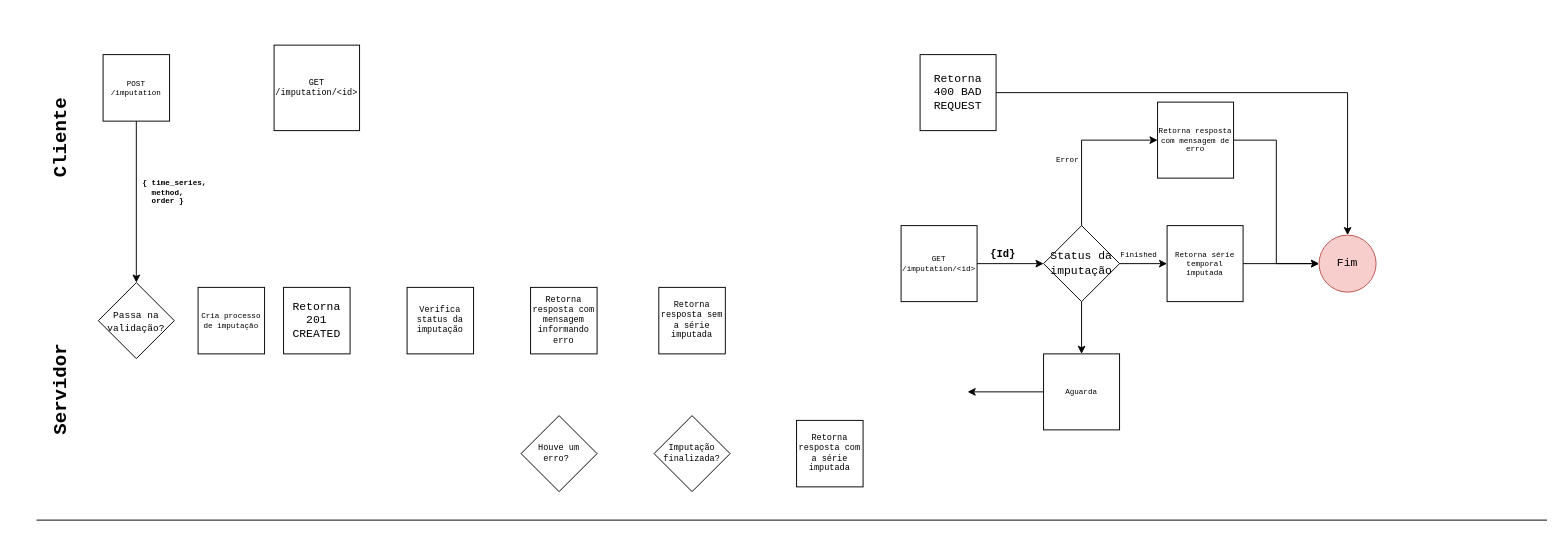
j-abreu/imputation-web-service keeps this draw.io diagram as images/Diagrama sem nome.drawio. Above is the earlier version. Source tidied: cells renumbered, new cells numbered last; positions are measured from the earlier drawing's top-left corner, leaving out a move shared by most shapes. Both pictures are drawn from the tidied source at 95%, with x=0, y=0 at pixel (-2, 45).
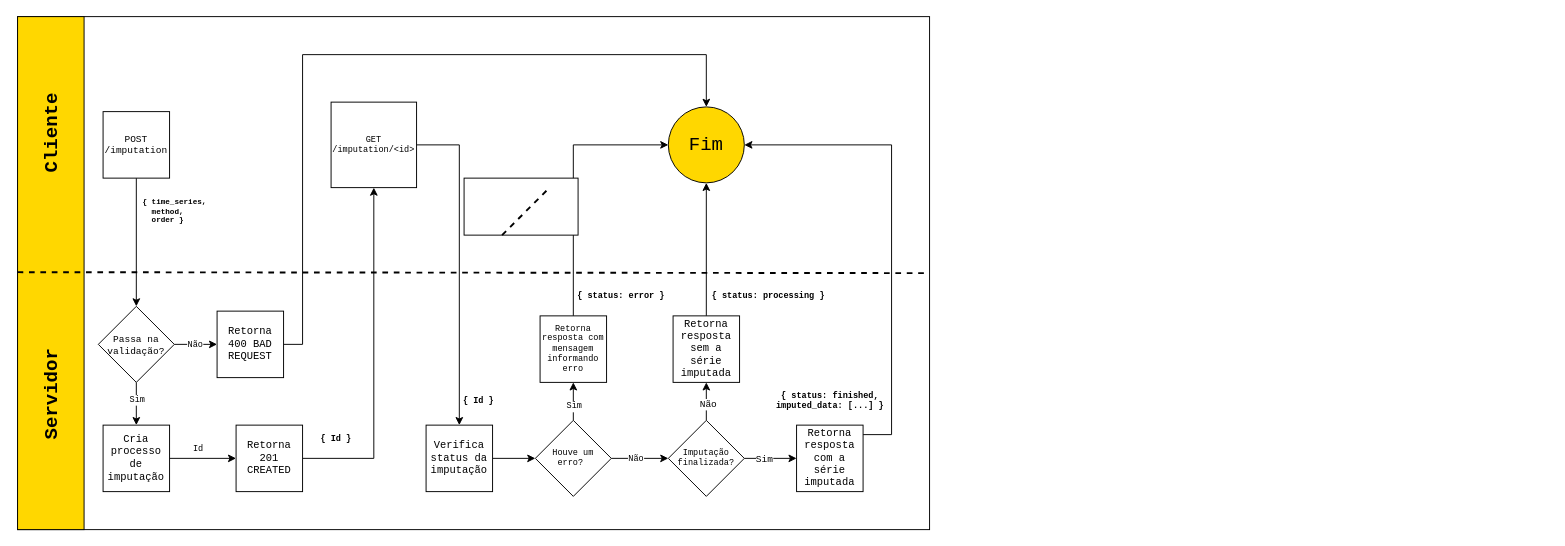
The same diagram, later.

Change to the diagram source:
```diff
@@
-    <mxCell id="2" value="Fim" style="ellipse;whiteSpace=wrap;html=1;fillColor=#f8cecc;strokeColor=#b85450;fontFamily=Courier New;" parent="1" vertex="1">
-      <mxGeometry x="1390" y="200" width="60" height="60" as="geometry" />
-    </mxCell>
+    <mxCell id="36" style="rounded=0;whiteSpace=wrap;html=1;labelBackgroundColor=none;fontFamily=Courier New;fontSize=10;fillColor=none;strokeColor=#000000;" parent="1" vertex="1">
+      <mxGeometry x="20" y="-30" width="960" height="540" as="geometry" />
+    </mxCell>
+    <mxCell id="37" style="rounded=0;whiteSpace=wrap;html=1;labelBackgroundColor=none;fontFamily=Courier New;fontSize=10;fillColor=#FFD700;strokeColor=#000000;" parent="1" vertex="1">
+      <mxGeometry x="20" y="-30" width="70" height="540" as="geometry" />
+    </mxCell>
+    <mxCell id="38" style="edgeStyle=orthogonalEdgeStyle;rounded=0;jettySize=auto;html=1;entryX=0.5;entryY=1;entryDx=0;entryDy=0;fontFamily=Courier New;fontSize=20;" parent="1" edge="1" source="5" target="28">
+      <mxGeometry relative="1" as="geometry" />
+    </mxCell>
+    <mxCell id="5" value="Retorna 201 CREATED" style="whiteSpace=wrap;html=1;labelBackgroundColor=none;fontFamily=Courier New;fontSize=11;" parent="1" vertex="1">
+      <mxGeometry x="250" y="400" width="70" height="70" as="geometry" />
+    </mxCell>
+    <mxCell id="13" style="edgeStyle=orthogonalEdgeStyle;rounded=0;jettySize=auto;html=1;fontFamily=Courier New;fontSize=8;" parent="1" edge="1" source="14" target="25">
+      <mxGeometry relative="1" as="geometry" />
+    </mxCell>
+    <mxCell id="14" value="POST /imputation" style="whiteSpace=wrap;html=1;labelBackgroundColor=none;fontFamily=Courier New;fontSize=10;" parent="1" vertex="1">
+      <mxGeometry x="110" y="70" width="70" height="70" as="geometry" />
+    </mxCell>
+    <mxCell id="23" value="Cliente" style="text;html=1;strokeColor=none;fillColor=none;align=center;verticalAlign=middle;whiteSpace=wrap;rounded=0;labelBackgroundColor=none;fontFamily=Courier New;fontSize=20;rotation=-90;fontStyle=1;" parent="1" vertex="1">
+      <mxGeometry x="-10" y="60" width="130" height="65" as="geometry" />
+    </mxCell>
+    <mxCell id="24" value="Servidor" style="text;html=1;strokeColor=none;fillColor=none;align=center;verticalAlign=middle;whiteSpace=wrap;rounded=0;labelBackgroundColor=none;fontFamily=Courier New;fontSize=20;rotation=-90;fontStyle=1;" parent="1" vertex="1">
+      <mxGeometry x="-10" y="335" width="130" height="65" as="geometry" />
+    </mxCell>
+    <mxCell id="39" style="edgeStyle=orthogonalEdgeStyle;rounded=0;jettySize=auto;html=1;entryX=0;entryY=0.5;entryDx=0;entryDy=0;fontFamily=Courier New;fontSize=9;" parent="1" edge="1" source="25" target="4">
+      <mxGeometry relative="1" as="geometry" />
+    </mxCell>
+    <mxCell id="40" value="Não" style="edgeLabel;html=1;align=center;verticalAlign=middle;fontSize=9;fontFamily=Courier New;" parent="39" vertex="1">
+      <mxGeometry x="-0.08" relative="1" as="geometry" />
+    </mxCell>
+    <mxCell id="41" style="edgeStyle=orthogonalEdgeStyle;rounded=0;jettySize=auto;html=1;entryX=0.5;entryY=0;entryDx=0;entryDy=0;fontFamily=Courier New;fontSize=9;" parent="1" edge="1" source="25" target="27">
+      <mxGeometry relative="1" as="geometry" />
+    </mxCell>
+    <mxCell id="42" value="Sim" style="edgeLabel;html=1;align=center;verticalAlign=middle;fontSize=9;fontFamily=Courier New;" parent="41" vertex="1">
+      <mxGeometry x="-0.22" relative="1" as="geometry" />
+    </mxCell>
+    <mxCell id="25" value="&lt;p style=&quot;line-height: 50%;&quot;&gt;&lt;font size=&quot;1&quot;&gt;Passa na validação?&lt;/font&gt;&lt;/p&gt;" style="rhombus;whiteSpace=wrap;html=1;labelBackgroundColor=none;fontFamily=Courier New;fontSize=20;fillColor=default;verticalAlign=middle;labelPosition=center;verticalLabelPosition=middle;align=center;spacing=0;" parent="1" vertex="1">
+      <mxGeometry x="105" y="275" width="80" height="80" as="geometry" />
+    </mxCell>
+    <mxCell id="26" value="{ time_series,&lt;br&gt;&amp;nbsp; method,&lt;br&gt;&amp;nbsp; order&amp;nbsp;&lt;span style=&quot;background-color: initial;&quot;&gt;}&lt;/span&gt;" style="text;html=1;strokeColor=none;fillColor=none;align=left;verticalAlign=middle;whiteSpace=wrap;rounded=0;labelBackgroundColor=none;fontFamily=Courier New;fontSize=8;fontStyle=1;" parent="1" vertex="1">
+      <mxGeometry x="150" y="160" width="90" height="30" as="geometry" />
+    </mxCell>
+    <mxCell id="43" style="edgeStyle=orthogonalEdgeStyle;rounded=0;jettySize=auto;html=1;entryX=0;entryY=0.5;entryDx=0;entryDy=0;fontFamily=Courier New;fontSize=9;" parent="1" edge="1" source="27" target="5">
+      <mxGeometry relative="1" as="geometry" />
+    </mxCell>
+    <mxCell id="44" value="Id" style="edgeLabel;html=1;align=center;verticalAlign=middle;fontSize=9;fontFamily=Courier New;" parent="43" vertex="1">
+      <mxGeometry x="-0.16" relative="1" as="geometry">
+        <mxPoint y="-10" as="offset" />
+      </mxGeometry>
+    </mxCell>
+    <mxCell id="27" value="&lt;font style=&quot;font-size: 11px;&quot;&gt;Cria processo de imputação&lt;/font&gt;" style="whiteSpace=wrap;html=1;labelBackgroundColor=none;fontFamily=Courier New;fontSize=11;fillColor=default;" parent="1" vertex="1">
+      <mxGeometry x="110" y="400" width="70" height="70" as="geometry" />
+    </mxCell>
+    <mxCell id="45" style="edgeStyle=orthogonalEdgeStyle;rounded=0;jettySize=auto;html=1;entryX=0.5;entryY=0;entryDx=0;entryDy=0;fontFamily=Courier New;fontSize=9;" parent="1" edge="1" source="28" target="29">
+      <mxGeometry relative="1" as="geometry" />
+    </mxCell>
+    <mxCell id="28" value="&lt;font style=&quot;font-size: 9px;&quot;&gt;GET /imputation/&amp;lt;id&amp;gt;&lt;/font&gt;" style="whiteSpace=wrap;html=1;labelBackgroundColor=none;fontFamily=Courier New;fontSize=8;fillColor=default;" parent="1" vertex="1">
+      <mxGeometry x="350" y="60" width="90" height="90" as="geometry" />
+    </mxCell>
+    <mxCell id="46" style="edgeStyle=orthogonalEdgeStyle;rounded=0;jettySize=auto;html=1;fontFamily=Courier New;fontSize=9;" parent="1" edge="1" source="29" target="31">
+      <mxGeometry relative="1" as="geometry" />
+    </mxCell>
+    <mxCell id="29" value="&lt;font style=&quot;font-size: 11px;&quot;&gt;Verifica status da imputação&lt;/font&gt;" style="whiteSpace=wrap;html=1;labelBackgroundColor=none;fontFamily=Courier New;fontSize=11;fillColor=default;" parent="1" vertex="1">
+      <mxGeometry x="450" y="400" width="70" height="70" as="geometry" />
+    </mxCell>
+    <mxCell id="30" style="endArrow=none;html=1;rounded=0;fontFamily=Courier New;fontSize=8;dashed=1;strokeWidth=2;" parent="1" edge="1">
+      <mxGeometry relative="1" as="geometry">
+        <mxPoint x="20" y="239" as="sourcePoint" />
+        <mxPoint x="980" y="240" as="targetPoint" />
+      </mxGeometry>
+    </mxCell>
+    <mxCell id="47" style="edgeStyle=orthogonalEdgeStyle;rounded=0;jettySize=auto;html=1;entryX=0.5;entryY=1;entryDx=0;entryDy=0;fontFamily=Courier New;fontSize=9;" parent="1" edge="1" source="31" target="33">
+      <mxGeometry relative="1" as="geometry" />
+    </mxCell>
+    <mxCell id="48" value="Sim" style="edgeLabel;html=1;align=center;verticalAlign=middle;fontSize=9;fontFamily=Courier New;" parent="47" vertex="1">
+      <mxGeometry x="-0.24" relative="1" as="geometry" />
+    </mxCell>
+    <mxCell id="49" style="edgeStyle=orthogonalEdgeStyle;rounded=0;jettySize=auto;html=1;exitX=1;exitY=0.5;exitDx=0;exitDy=0;fontFamily=Courier New;fontSize=9;" parent="1" edge="1" source="31" target="32">
+      <mxGeometry relative="1" as="geometry" />
+    </mxCell>
+    <mxCell id="50" value="Não" style="edgeLabel;html=1;align=center;verticalAlign=middle;fontSize=9;fontFamily=Courier New;" parent="49" vertex="1">
+      <mxGeometry x="-0.27" relative="1" as="geometry">
+        <mxPoint x="3" as="offset" />
+      </mxGeometry>
+    </mxCell>
+    <mxCell id="31" value="Houve um erro?&amp;nbsp;" style="rhombus;whiteSpace=wrap;html=1;labelBackgroundColor=none;fontFamily=Courier New;fontSize=9;fillColor=default;" parent="1" vertex="1">
+      <mxGeometry x="565" y="395" width="80" height="80" as="geometry" />
+    </mxCell>
+    <mxCell id="51" style="edgeStyle=orthogonalEdgeStyle;rounded=0;jettySize=auto;html=1;entryX=0.5;entryY=1;entryDx=0;entryDy=0;fontFamily=Courier New;fontSize=9;" parent="1" edge="1" source="32" target="34">
+      <mxGeometry relative="1" as="geometry" />
+    </mxCell>
+    <mxCell id="52" value="Não" style="edgeLabel;html=1;align=center;verticalAlign=middle;fontSize=10;fontFamily=Courier New;" parent="51" vertex="1">
+      <mxGeometry x="-0.12" y="-1" relative="1" as="geometry" />
+    </mxCell>
+    <mxCell id="53" style="edgeStyle=orthogonalEdgeStyle;rounded=0;jettySize=auto;html=1;entryX=0;entryY=0.5;entryDx=0;entryDy=0;fontFamily=Courier New;fontSize=9;" parent="1" edge="1" source="32" target="35">
+      <mxGeometry relative="1" as="geometry" />
+    </mxCell>
+    <mxCell id="54" value="Sim" style="edgeLabel;html=1;align=center;verticalAlign=middle;fontSize=10;fontFamily=Courier New;" parent="53" vertex="1">
+      <mxGeometry x="-0.29" relative="1" as="geometry" />
+    </mxCell>
+    <mxCell id="32" value="Imputação finalizada?" style="rhombus;whiteSpace=wrap;html=1;labelBackgroundColor=none;fontFamily=Courier New;fontSize=9;fillColor=default;" parent="1" vertex="1">
+      <mxGeometry x="705" y="395" width="80" height="80" as="geometry" />
+    </mxCell>
+    <mxCell id="55" style="edgeStyle=orthogonalEdgeStyle;rounded=0;jettySize=auto;html=1;entryX=0;entryY=0.5;entryDx=0;entryDy=0;fontFamily=Courier New;fontSize=20;exitX=0.5;exitY=0;exitDx=0;exitDy=0;" parent="1" edge="1" source="33" target="2">
+      <mxGeometry relative="1" as="geometry">
+        <Array as="points">
+          <mxPoint x="605" y="105" />
+        </Array>
+      </mxGeometry>
+    </mxCell>
+    <mxCell id="33" value="Retorna resposta com mensagem informando erro" style="whiteSpace=wrap;html=1;labelBackgroundColor=none;fontFamily=Courier New;fontSize=9;fillColor=default;" parent="1" vertex="1">
+      <mxGeometry x="570" y="285" width="70" height="70" as="geometry" />
+    </mxCell>
+    <mxCell id="56" style="edgeStyle=orthogonalEdgeStyle;rounded=0;jettySize=auto;html=1;fontFamily=Courier New;fontSize=9;entryX=0.5;entryY=1;entryDx=0;entryDy=0;" parent="1" edge="1" source="34" target="2">
+      <mxGeometry relative="1" as="geometry" />
+    </mxCell>
+    <mxCell id="34" value="Retorna resposta sem a série imputada" style="whiteSpace=wrap;html=1;labelBackgroundColor=none;fontFamily=Courier New;fontSize=11;fillColor=default;" parent="1" vertex="1">
+      <mxGeometry x="710" y="285" width="70" height="70" as="geometry" />
+    </mxCell>
+    <mxCell id="57" style="edgeStyle=orthogonalEdgeStyle;rounded=0;jettySize=auto;html=1;fontFamily=Courier New;fontSize=9;entryX=1;entryY=0.5;entryDx=0;entryDy=0;" parent="1" edge="1" source="35" target="2">
+      <mxGeometry relative="1" as="geometry">
+        <Array as="points">
+          <mxPoint x="940" y="410" />
+          <mxPoint x="940" y="105" />
+        </Array>
+      </mxGeometry>
+    </mxCell>
+    <mxCell id="35" value="Retorna resposta com a série imputada" style="whiteSpace=wrap;html=1;labelBackgroundColor=none;fontFamily=Courier New;fontSize=11;fillColor=default;" parent="1" vertex="1">
+      <mxGeometry x="840" y="400" width="70" height="70" as="geometry" />
+    </mxCell>
-    <mxCell id="3" style="edgeStyle=orthogonalEdgeStyle;rounded=0;jettySize=auto;html=1;entryX=0.5;entryY=0;entryDx=0;entryDy=0;fontFamily=Courier New;" parent="1" edge="1" source="4" target="2">
-      <mxGeometry relative="1" as="geometry" />
+    <mxCell id="3" style="edgeStyle=orthogonalEdgeStyle;rounded=0;jettySize=auto;html=1;fontFamily=Courier New;fontSize=20;entryX=0.5;entryY=0;entryDx=0;entryDy=0;exitX=1;exitY=0.5;exitDx=0;exitDy=0;" parent="1" edge="1" source="4" target="2">
+      <mxGeometry relative="1" as="geometry">
+        <Array as="points">
+          <mxPoint x="320" y="315" />
+          <mxPoint x="320" y="10" />
+          <mxPoint x="745" y="10" />
+        </Array>
+      </mxGeometry>
     </mxCell>
-    <mxCell id="4" value="Retorna&lt;br&gt;400 BAD REQUEST" style="whiteSpace=wrap;html=1;labelBackgroundColor=none;fontFamily=Courier New;" parent="1" vertex="1">
-      <mxGeometry x="970" y="10" width="80" height="80" as="geometry" />
+    <mxCell id="4" value="Retorna 400 BAD REQUEST" style="whiteSpace=wrap;html=1;labelBackgroundColor=none;fontFamily=Courier New;fontSize=11;" parent="1" vertex="1">
+      <mxGeometry x="230" y="280" width="70" height="70" as="geometry" />
     </mxCell>
-    <mxCell id="5" value="Retorna 201 CREATED" style="whiteSpace=wrap;html=1;labelBackgroundColor=none;fontFamily=Courier New;" parent="1" vertex="1">
-      <mxGeometry x="300" y="255" width="70" height="70" as="geometry" />
-    </mxCell>
-    <mxCell id="6" style="edgeStyle=orthogonalEdgeStyle;rounded=0;jettySize=auto;html=1;fontFamily=Courier New;entryX=0;entryY=0.5;entryDx=0;entryDy=0;" parent="1" edge="1" source="8" target="12">
-      <mxGeometry relative="1" as="geometry" />
-    </mxCell>
-    <mxCell id="7" value="{Id}" style="edgeLabel;html=1;align=center;verticalAlign=middle;fontFamily=Courier New;fontStyle=1;" parent="6" vertex="1">
-      <mxGeometry x="-0.33" relative="1" as="geometry">
-        <mxPoint x="3" y="-10" as="offset" />
-      </mxGeometry>
-    </mxCell>
-    <mxCell id="8" value="GET /imputation/&amp;lt;id&amp;gt;" style="whiteSpace=wrap;html=1;labelBackgroundColor=none;fontFamily=Courier New;fontSize=8;" parent="1" vertex="1">
-      <mxGeometry x="950" y="190" width="80" height="80" as="geometry" />
-    </mxCell>
-    <mxCell id="9" style="edgeStyle=orthogonalEdgeStyle;rounded=0;jettySize=auto;html=1;fontFamily=Courier New;entryX=0;entryY=0.5;entryDx=0;entryDy=0;" parent="1" edge="1" source="12" target="19">
-      <mxGeometry relative="1" as="geometry" />
-    </mxCell>
-    <mxCell id="10" style="edgeStyle=orthogonalEdgeStyle;rounded=0;jettySize=auto;html=1;exitX=0.5;exitY=0;exitDx=0;exitDy=0;fontFamily=Courier New;fontSize=8;entryX=0;entryY=0.5;entryDx=0;entryDy=0;" parent="1" edge="1" source="12" target="17">
-      <mxGeometry relative="1" as="geometry" />
-    </mxCell>
-    <mxCell id="11" style="edgeStyle=orthogonalEdgeStyle;rounded=0;jettySize=auto;html=1;fontFamily=Courier New;fontSize=8;entryX=0.5;entryY=0;entryDx=0;entryDy=0;" parent="1" edge="1" source="12" target="22">
-      <mxGeometry relative="1" as="geometry" />
-    </mxCell>
-    <mxCell id="12" value="Status da imputação" style="rhombus;whiteSpace=wrap;html=1;labelBackgroundColor=none;fontFamily=Courier New;" parent="1" vertex="1">
-      <mxGeometry x="1100" y="190" width="80" height="80" as="geometry" />
-    </mxCell>
-    <mxCell id="13" style="edgeStyle=orthogonalEdgeStyle;rounded=0;jettySize=auto;html=1;fontFamily=Courier New;fontSize=8;" parent="1" edge="1" source="14" target="25">
-      <mxGeometry relative="1" as="geometry" />
-    </mxCell>
-    <mxCell id="14" value="POST /imputation" style="whiteSpace=wrap;html=1;labelBackgroundColor=none;fontFamily=Courier New;fontSize=8;" parent="1" vertex="1">
-      <mxGeometry x="110" y="10" width="70" height="70" as="geometry" />
-    </mxCell>
-    <mxCell id="15" value="Error" style="text;html=1;align=center;verticalAlign=middle;strokeColor=none;fillColor=none;fontSize=8;fontFamily=Courier New;" parent="1" vertex="1">
-      <mxGeometry x="1100" y="110" width="50" height="20" as="geometry" />
-    </mxCell>
-    <mxCell id="16" style="edgeStyle=orthogonalEdgeStyle;rounded=0;jettySize=auto;html=1;entryX=0;entryY=0.5;entryDx=0;entryDy=0;fontFamily=Courier New;fontSize=8;" parent="1" edge="1" source="17" target="2">
-      <mxGeometry relative="1" as="geometry" />
-    </mxCell>
-    <mxCell id="17" value="Retorna resposta com mensagem de erro" style="whiteSpace=wrap;html=1;labelBackgroundColor=none;fontFamily=Courier New;fontSize=8;" parent="1" vertex="1">
-      <mxGeometry x="1220" y="60" width="80" height="80" as="geometry" />
-    </mxCell>
-    <mxCell id="18" style="edgeStyle=orthogonalEdgeStyle;rounded=0;jettySize=auto;html=1;fontFamily=Courier New;fontSize=8;" parent="1" edge="1" source="19" target="2">
-      <mxGeometry relative="1" as="geometry" />
-    </mxCell>
-    <mxCell id="19" value="Retorna série temporal imputada" style="whiteSpace=wrap;html=1;labelBackgroundColor=none;fontFamily=Courier New;fontSize=8;" parent="1" vertex="1">
-      <mxGeometry x="1230" y="190" width="80" height="80" as="geometry" />
-    </mxCell>
-    <mxCell id="20" value="Finished" style="text;html=1;align=center;verticalAlign=middle;strokeColor=none;fillColor=none;fontSize=8;fontFamily=Courier New;" parent="1" vertex="1">
-      <mxGeometry x="1170" y="210" width="60" height="20" as="geometry" />
-    </mxCell>
-    <mxCell id="21" style="edgeStyle=orthogonalEdgeStyle;rounded=0;jettySize=auto;html=1;fontFamily=Courier New;fontSize=8;" parent="1" edge="1" source="22">
-      <mxGeometry relative="1" as="geometry">
-        <mxPoint x="1020" y="365" as="targetPoint" />
-      </mxGeometry>
-    </mxCell>
-    <mxCell id="22" value="Aguarda" style="whiteSpace=wrap;html=1;labelBackgroundColor=none;fontFamily=Courier New;fontSize=8;" parent="1" vertex="1">
-      <mxGeometry x="1100" y="325" width="80" height="80" as="geometry" />
-    </mxCell>
-    <mxCell id="23" value="Cliente" style="text;html=1;strokeColor=none;fillColor=none;align=center;verticalAlign=middle;whiteSpace=wrap;rounded=0;labelBackgroundColor=none;fontFamily=Courier New;fontSize=20;rotation=-90;fontStyle=1;" parent="1" vertex="1">
-      <mxGeometry y="65" width="130" height="65" as="geometry" />
-    </mxCell>
-    <mxCell id="24" value="Servidor" style="text;html=1;strokeColor=none;fillColor=none;align=center;verticalAlign=middle;whiteSpace=wrap;rounded=0;labelBackgroundColor=none;fontFamily=Courier New;fontSize=20;rotation=-90;fontStyle=1;" parent="1" vertex="1">
-      <mxGeometry y="330" width="130" height="65" as="geometry" />
-    </mxCell>
-    <mxCell id="25" value="&lt;p style=&quot;line-height: 50%;&quot;&gt;&lt;font size=&quot;1&quot;&gt;Passa na validação?&lt;/font&gt;&lt;/p&gt;" style="rhombus;whiteSpace=wrap;html=1;labelBackgroundColor=none;fontFamily=Courier New;fontSize=20;fillColor=default;verticalAlign=middle;labelPosition=center;verticalLabelPosition=middle;align=center;spacing=0;" parent="1" vertex="1">
-      <mxGeometry x="105" y="250" width="80" height="80" as="geometry" />
-    </mxCell>
-    <mxCell id="26" value="{ time_series,&lt;br&gt;&amp;nbsp; method,&lt;br&gt;&amp;nbsp; order&amp;nbsp;&lt;span style=&quot;background-color: initial;&quot;&gt;}&lt;/span&gt;" style="text;html=1;strokeColor=none;fillColor=none;align=left;verticalAlign=middle;whiteSpace=wrap;rounded=0;labelBackgroundColor=none;fontFamily=Courier New;fontSize=8;fontStyle=1;" parent="1" vertex="1">
-      <mxGeometry x="150" y="140" width="90" height="30" as="geometry" />
-    </mxCell>
-    <mxCell id="27" value="Cria processo de imputação" style="whiteSpace=wrap;html=1;labelBackgroundColor=none;fontFamily=Courier New;fontSize=8;fillColor=default;" parent="1" vertex="1">
-      <mxGeometry x="210" y="255" width="70" height="70" as="geometry" />
-    </mxCell>
-    <mxCell id="28" value="&lt;font style=&quot;font-size: 9px;&quot;&gt;GET /imputation/&amp;lt;id&amp;gt;&lt;/font&gt;" style="whiteSpace=wrap;html=1;labelBackgroundColor=none;fontFamily=Courier New;fontSize=8;fillColor=default;" parent="1" vertex="1">
-      <mxGeometry x="290" width="90" height="90" as="geometry" />
-    </mxCell>
-    <mxCell id="29" value="&lt;font style=&quot;font-size: 9px;&quot;&gt;Verifica status da imputação&lt;/font&gt;" style="whiteSpace=wrap;html=1;labelBackgroundColor=none;fontFamily=Courier New;fontSize=8;fillColor=default;" parent="1" vertex="1">
-      <mxGeometry x="430" y="255" width="70" height="70" as="geometry" />
-    </mxCell>
-    <mxCell id="30" style="endArrow=none;html=1;rounded=0;fontFamily=Courier New;fontSize=8;exitX=0;exitY=0.5;exitDx=0;exitDy=0;entryX=1;entryY=0.5;entryDx=0;entryDy=0;" parent="1" edge="1">
-      <mxGeometry relative="1" as="geometry">
-        <mxPoint x="40" y="500" as="sourcePoint" />
-        <mxPoint x="1630" y="500" as="targetPoint" />
-      </mxGeometry>
-    </mxCell>
-    <mxCell id="31" value="Houve um erro?&amp;nbsp;" style="rhombus;whiteSpace=wrap;html=1;labelBackgroundColor=none;fontFamily=Courier New;fontSize=9;fillColor=default;" parent="1" vertex="1">
-      <mxGeometry x="550" y="390" width="80" height="80" as="geometry" />
-    </mxCell>
-    <mxCell id="32" value="Imputação finalizada?" style="rhombus;whiteSpace=wrap;html=1;labelBackgroundColor=none;fontFamily=Courier New;fontSize=9;fillColor=default;" parent="1" vertex="1">
-      <mxGeometry x="690" y="390" width="80" height="80" as="geometry" />
-    </mxCell>
-    <mxCell id="33" value="Retorna resposta com mensagem informando erro" style="whiteSpace=wrap;html=1;labelBackgroundColor=none;fontFamily=Courier New;fontSize=9;fillColor=default;" parent="1" vertex="1">
-      <mxGeometry x="560" y="255" width="70" height="70" as="geometry" />
-    </mxCell>
-    <mxCell id="34" value="Retorna resposta sem a série imputada" style="whiteSpace=wrap;html=1;labelBackgroundColor=none;fontFamily=Courier New;fontSize=9;fillColor=default;" parent="1" vertex="1">
-      <mxGeometry x="695" y="255" width="70" height="70" as="geometry" />
-    </mxCell>
-    <mxCell id="35" value="Retorna resposta com a série imputada" style="whiteSpace=wrap;html=1;labelBackgroundColor=none;fontFamily=Courier New;fontSize=9;fillColor=default;" parent="1" vertex="1">
-      <mxGeometry x="840" y="395" width="70" height="70" as="geometry" />
-    </mxCell>
+    <mxCell id="58" value="&lt;b&gt;{ Id }&lt;/b&gt;" style="text;html=1;align=center;verticalAlign=middle;strokeColor=none;fillColor=none;fontSize=9;fontFamily=Courier New;spacing=0;" parent="1" vertex="1">
+      <mxGeometry x="330" y="405" width="50" height="20" as="geometry" />
+    </mxCell>
+    <mxCell id="59" value="&lt;b&gt;{ Id }&lt;/b&gt;" style="text;html=1;align=center;verticalAlign=middle;strokeColor=none;fillColor=none;fontSize=9;fontFamily=Courier New;spacing=0;" parent="1" vertex="1">
+      <mxGeometry x="480" y="365" width="50" height="20" as="geometry" />
+    </mxCell>
+    <mxCell id="60" value="&lt;b&gt;{ status: error }&lt;/b&gt;" style="text;html=1;align=center;verticalAlign=middle;strokeColor=none;fillColor=none;fontSize=9;fontFamily=Courier New;spacing=0;" parent="1" vertex="1">
+      <mxGeometry x="600" y="255" width="110" height="20" as="geometry" />
+    </mxCell>
+    <mxCell id="61" value="&lt;b&gt;{ status: processing }&lt;/b&gt;" style="text;html=1;align=center;verticalAlign=middle;strokeColor=none;fillColor=none;fontSize=9;fontFamily=Courier New;spacing=0;" parent="1" vertex="1">
+      <mxGeometry x="740" y="255" width="140" height="20" as="geometry" />
+    </mxCell>
+    <mxCell id="62" value="&lt;b&gt;{ status: finished,&lt;br&gt;imputed_data: [...] }&lt;/b&gt;" style="text;html=1;align=center;verticalAlign=middle;strokeColor=none;fillColor=none;fontSize=9;fontFamily=Courier New;spacing=0;" parent="1" vertex="1">
+      <mxGeometry x="810" y="360" width="130" height="30" as="geometry" />
+    </mxCell>
+    <mxCell id="2" value="Fim" style="ellipse;whiteSpace=wrap;html=1;labelBackgroundColor=none;fontFamily=Courier New;fontSize=20;fillColor=#FFD700;strokeColor=#000000;" parent="1" vertex="1">
+      <mxGeometry x="705" y="65" width="80" height="80" as="geometry" />
+    </mxCell>
+    <mxCell id="63" style="rounded=0;whiteSpace=wrap;html=1;labelBackgroundColor=none;fontFamily=Courier New;fontSize=10;fillColor=default;" parent="1" vertex="1">
+      <mxGeometry x="490" y="140" width="120" height="60" as="geometry" />
+    </mxCell>
+    <mxCell id="64" style="endArrow=none;html=1;rounded=0;dashed=1;strokeWidth=2;fontFamily=Courier New;fontSize=10;" parent="1" edge="1">
+      <mxGeometry relative="1" as="geometry">
+        <mxPoint x="530" y="200" as="sourcePoint" />
+        <mxPoint x="580" y="150" as="targetPoint" />
+      </mxGeometry>
+    </mxCell>
```
